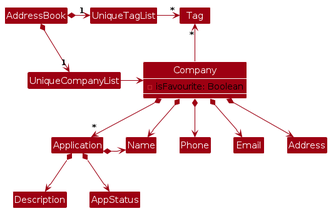
The PlantUML diagram diagrams/BetterModelClassDiagram.png in AY2425S1-CS2103T-T09-1/tp, before a commit. Its source is kept beside it as diagrams/BetterModelClassDiagram.puml.
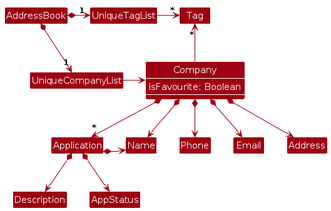
After the commit.

The edit, as a diff of the source:
```diff
@@ -5,7 +5,7 @@
 skinparam classBackgroundColor MODEL_COLOR
 
 class Company {
-    -isFavourite: Boolean
+    isFavourite: Boolean
 }
 show Company members
 
```
